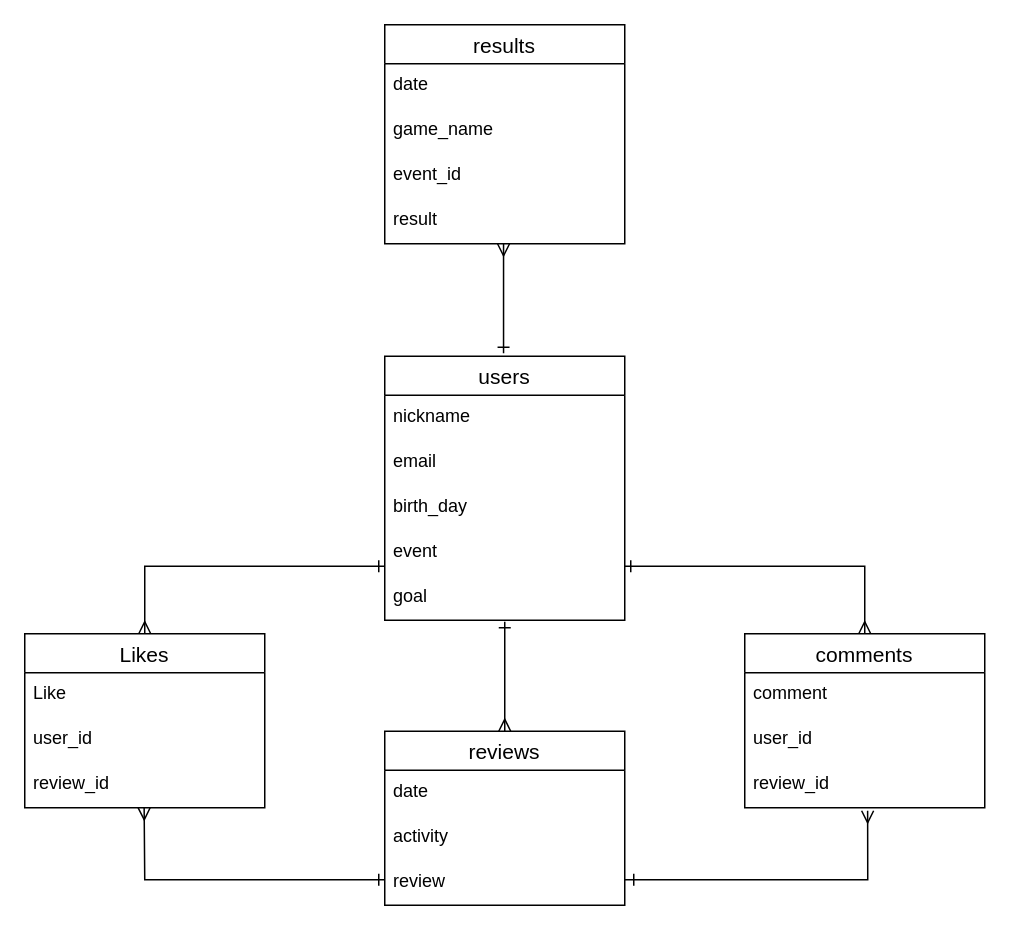
yuyunaginagi/original-40237 keeps this draw.io diagram as original.dio. Above is the earlier version. Source tidied: cells renumbered, new cells numbered last; positions are measured from the earlier drawing's top-left corner, leaving out a move shared by most shapes. Both pictures are drawn from the tidied source at 150%, with x=0, y=0 at pixel (24, 24).
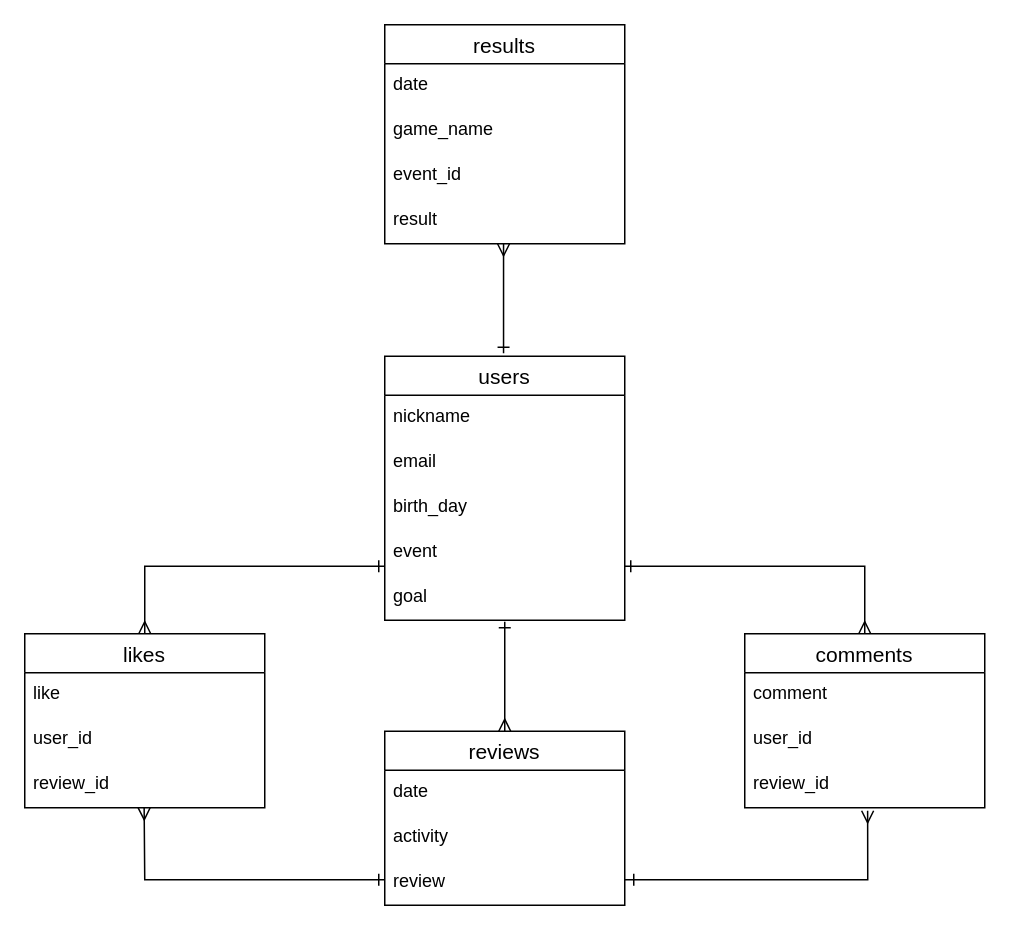
The same page after the edit.

Commit message (it also covers changes not shown here):
READMEへの記述等

Diff of the diagram source:
```diff
@@
-    <mxCell id="23" value="Likes" style="swimlane;fontStyle=0;horizontal=1;startSize=26;align=center;fontSize=14;" parent="1" vertex="1">
+    <mxCell id="23" value="likes" style="swimlane;fontStyle=0;horizontal=1;startSize=26;align=center;fontSize=14;" parent="1" vertex="1">
       <mxGeometry y="406" width="160" height="116" as="geometry" />
     </mxCell>
-    <mxCell id="24" value="Like" style="text;strokeColor=none;fillColor=none;spacingLeft=4;spacingRight=4;overflow=hidden;fontSize=12;" parent="23" vertex="1">
+    <mxCell id="24" value="like" style="text;strokeColor=none;fillColor=none;spacingLeft=4;spacingRight=4;overflow=hidden;fontSize=12;" parent="23" vertex="1">
       <mxGeometry y="26" width="160" height="30" as="geometry" />
     </mxCell>
```
